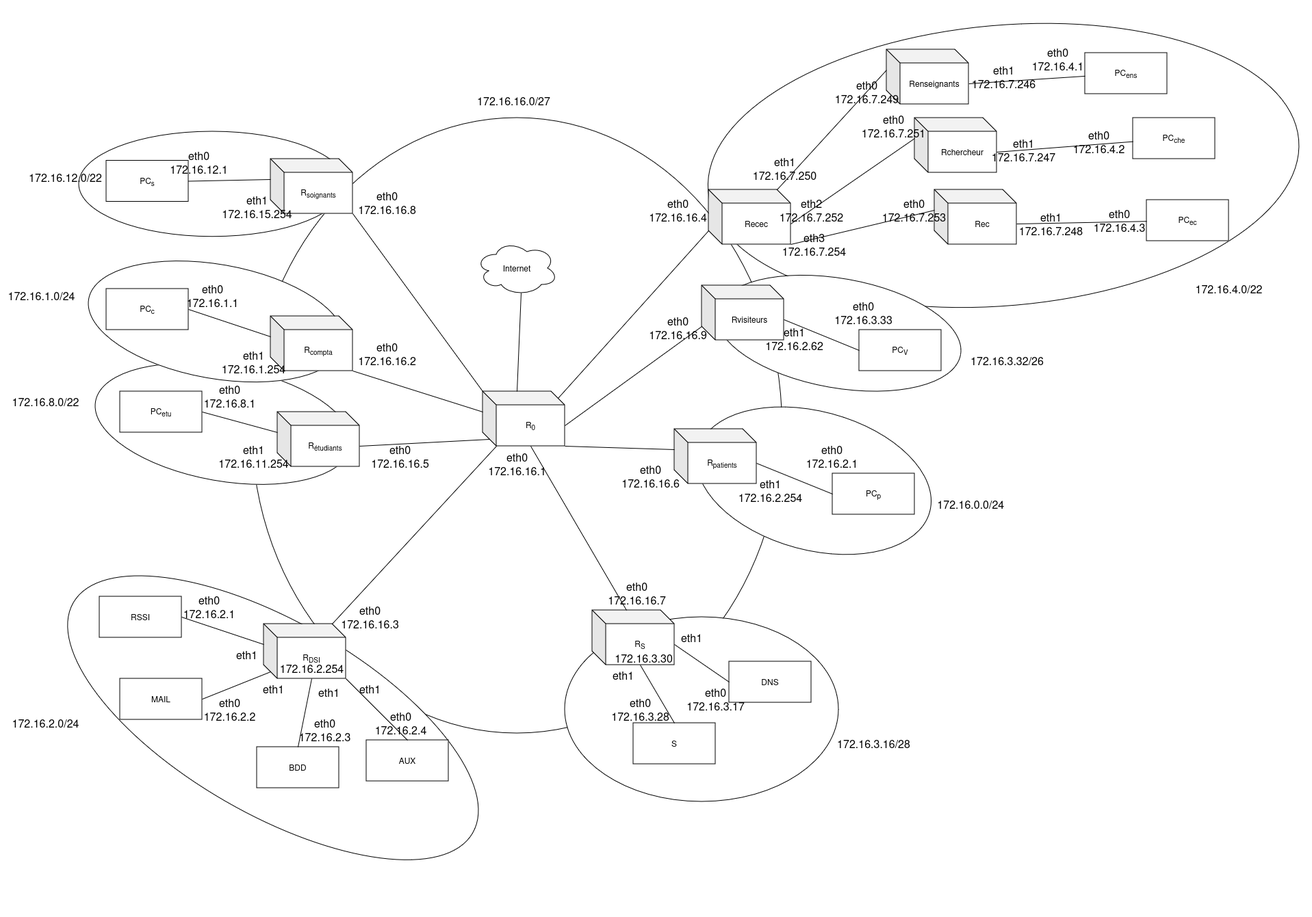
Before: ressources/diagramme_de_reseau.drawio(1).png, a diagram exported from draw.io (mperrot36/SAE_3.01_B). Source tidied: cells renumbered, new cells last; positions are measured from the earlier drawing's top-left corner, leaving out a move shared by most shapes.
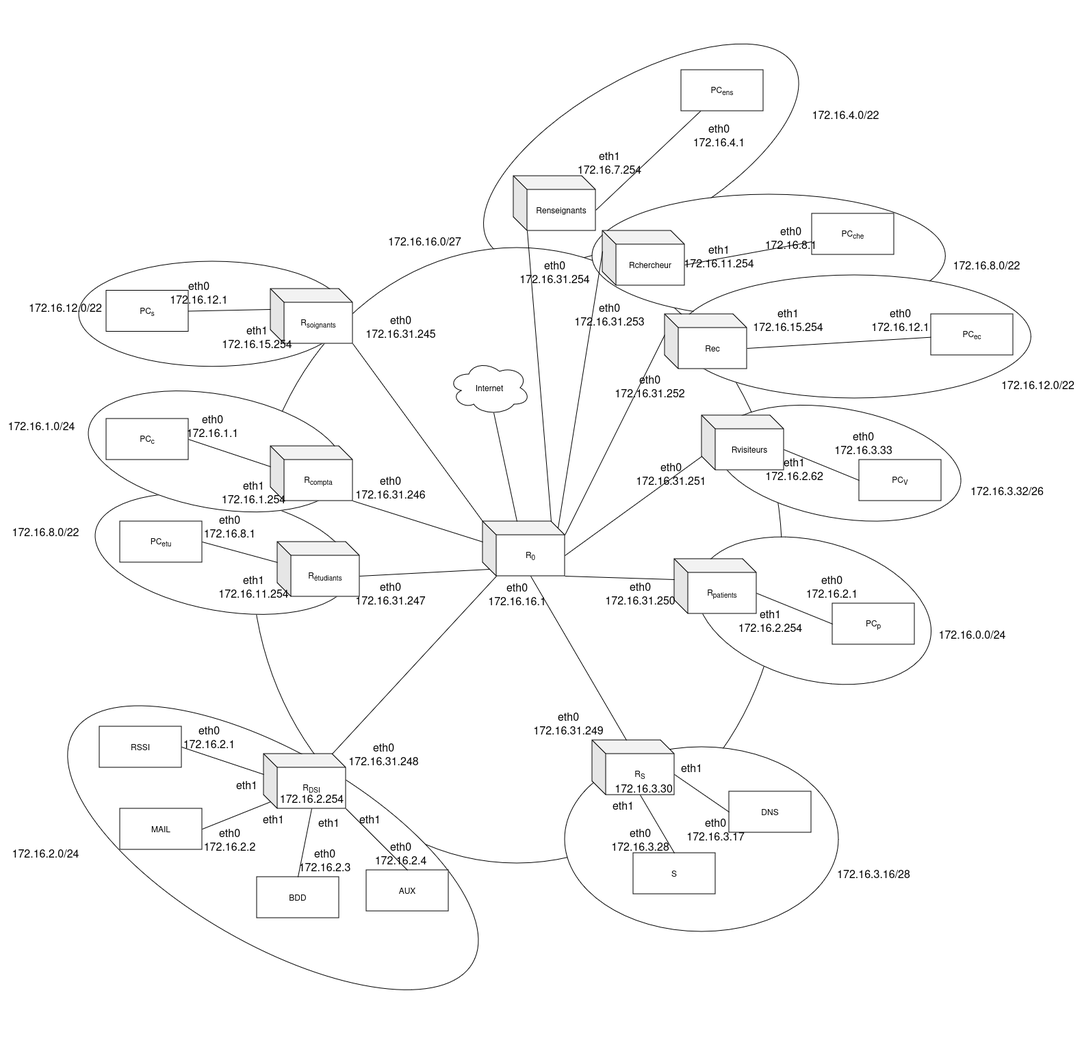
Later version of the same file.

Diff of the diagram source:
```diff
@@ -4,2 +4,5 @@
     <mxCell id="1" parent="0" />
+    <mxCell id="118" style="ellipse;whiteSpace=wrap;html=1;rotation=-30;" parent="1" vertex="1">
+      <mxGeometry x="678.7" y="-112.3" width="516.3" height="220" as="geometry" />
+    </mxCell>
     <mxCell id="2" style="ellipse;whiteSpace=wrap;html=1;" parent="1" vertex="1">
@@ -7,2 +10,8 @@
     </mxCell>
+    <mxCell id="119" style="ellipse;whiteSpace=wrap;html=1;rotation=0;" parent="1" vertex="1">
+      <mxGeometry x="865" y="56.9" width="516.3" height="180" as="geometry" />
+    </mxCell>
+    <mxCell id="120" style="ellipse;whiteSpace=wrap;html=1;rotation=0;" parent="1" vertex="1">
+      <mxGeometry x="990" y="175" width="516.3" height="180" as="geometry" />
+    </mxCell>
     <mxCell id="3" style="ellipse;whiteSpace=wrap;html=1;" parent="1" vertex="1">
@@ -22,5 +31,2 @@
     </mxCell>
-    <mxCell id="8" style="ellipse;whiteSpace=wrap;html=1;rotation=-5;" parent="1" vertex="1">
-      <mxGeometry x="1033.2" y="-0.1" width="866" height="410.1" as="geometry" />
-    </mxCell>
     <mxCell id="9" style="ellipse;whiteSpace=wrap;html=1;rotation=10;" parent="1" vertex="1">
@@ -35,3 +41,3 @@
     <mxCell id="12" value="Internet" style="ellipse;shape=cloud;whiteSpace=wrap;html=1;" parent="1" vertex="1">
-      <mxGeometry x="695" y="315" width="120" height="80" as="geometry" />
+      <mxGeometry x="655" y="300" width="120" height="80" as="geometry" />
     </mxCell>
@@ -112,9 +118,3 @@
     </mxCell>
-    <mxCell id="38" value="Recec" style="shape=cube;whiteSpace=wrap;html=1;boundedLbl=1;backgroundOutline=1;darkOpacity=0.05;darkOpacity2=0.1;" parent="1" vertex="1">
-      <mxGeometry x="1035" y="240" width="120" height="80" as="geometry" />
-    </mxCell>
-    <mxCell id="39" style="endArrow=none;html=1;rounded=0;exitX=0;exitY=0;exitDx=0;exitDy=60;exitPerimeter=0;entryX=0;entryY=0;entryDx=110;entryDy=10;entryPerimeter=0;" parent="1" edge="1" source="38" target="11">
-      <mxGeometry relative="1" as="geometry" />
-    </mxCell>
-    <mxCell id="40" style="endArrow=none;html=1;rounded=0;entryX=0;entryY=0;entryDx=0;entryDy=30;exitX=0;exitY=0;exitDx=100;exitDy=0;exitPerimeter=0;entryPerimeter=0;" parent="1" edge="1" source="38" target="99">
+    <mxCell id="40" style="endArrow=none;html=1;rounded=0;entryX=0;entryY=0;entryDx=20;entryDy=80;exitX=0;exitY=0;exitDx=100;exitDy=0;exitPerimeter=0;entryPerimeter=0;" parent="1" edge="1" source="11" target="99">
       <mxGeometry relative="1" as="geometry" />
@@ -157,4 +157,4 @@
     </mxCell>
-    <mxCell id="53" value="172.16.0.0/24&amp;nbsp;" style="text;html=1;align=center;verticalAlign=middle;strokeColor=none;fillColor=none;fontSize=16;" parent="1" vertex="1">
-      <mxGeometry x="1355" y="685" width="130" height="30" as="geometry" />
+    <mxCell id="53" value="172.16.0.0/24" style="text;html=1;align=center;verticalAlign=middle;strokeColor=none;fillColor=none;fontSize=16;" parent="1" vertex="1">
+      <mxGeometry x="1360" y="685" width="120" height="30" as="geometry" />
     </mxCell>
@@ -163,5 +163,2 @@
     </mxCell>
-    <mxCell id="55" value="172.16.4.0/22" style="text;html=1;align=center;verticalAlign=middle;strokeColor=none;fillColor=none;fontSize=16;" parent="1" vertex="1">
-      <mxGeometry x="1735" y="370" width="120" height="30" as="geometry" />
-    </mxCell>
     <mxCell id="56" value="172.16.12.0/22" style="text;html=1;align=center;verticalAlign=middle;strokeColor=none;fillColor=none;fontSize=16;" parent="1" vertex="1">
@@ -181,26 +178,2 @@
     </mxCell>
-    <mxCell id="61" value="eth0&lt;br&gt;&lt;div&gt;172.16.16.7&lt;/div&gt;" style="text;html=1;align=center;verticalAlign=middle;strokeColor=none;fillColor=none;fontSize=16;" parent="1" vertex="1">
-      <mxGeometry x="875" y="805" width="110" height="50" as="geometry" />
-    </mxCell>
-    <mxCell id="62" value="eth0&lt;br&gt;172.16.16.6" style="text;html=1;align=center;verticalAlign=middle;strokeColor=none;fillColor=none;fontSize=16;" parent="1" vertex="1">
-      <mxGeometry x="895" y="633.8" width="110" height="50" as="geometry" />
-    </mxCell>
-    <mxCell id="63" value="eth0&lt;br&gt;&lt;div&gt;172.16.16.9&lt;/div&gt;" style="text;html=1;align=center;verticalAlign=middle;strokeColor=none;fillColor=none;fontSize=16;" parent="1" vertex="1">
-      <mxGeometry x="935" y="416.7" width="110" height="50" as="geometry" />
-    </mxCell>
-    <mxCell id="64" value="&lt;div&gt;eth0&lt;/div&gt;172.16.16.4" style="text;html=1;align=center;verticalAlign=middle;strokeColor=none;fillColor=none;fontSize=16;" parent="1" vertex="1">
-      <mxGeometry x="935" y="245" width="110" height="50" as="geometry" />
-    </mxCell>
-    <mxCell id="65" value="eth0&lt;br&gt;&lt;div&gt;172.16.16.8&lt;/div&gt;" style="text;html=1;align=center;verticalAlign=middle;strokeColor=none;fillColor=none;fontSize=16;" parent="1" vertex="1">
-      <mxGeometry x="510" y="233.5" width="110" height="50" as="geometry" />
-    </mxCell>
-    <mxCell id="66" value="&lt;div&gt;eth0&lt;/div&gt;172.16.16.5" style="text;html=1;align=center;verticalAlign=middle;strokeColor=none;fillColor=none;fontSize=16;" parent="1" vertex="1">
-      <mxGeometry x="528.9" y="605" width="110" height="50" as="geometry" />
-    </mxCell>
-    <mxCell id="67" value="&lt;div&gt;eth0&lt;/div&gt;&lt;div&gt;172.16.16.3&lt;/div&gt;" style="text;html=1;align=center;verticalAlign=middle;strokeColor=none;fillColor=none;fontSize=16;" parent="1" vertex="1">
-      <mxGeometry x="485.3" y="840" width="110" height="50" as="geometry" />
-    </mxCell>
-    <mxCell id="68" value="&lt;div&gt;eth0&lt;/div&gt;&lt;div&gt;172.16.16.2&lt;/div&gt;" style="text;html=1;align=center;verticalAlign=middle;strokeColor=none;fillColor=none;fontSize=16;" parent="1" vertex="1">
-      <mxGeometry x="510" y="455" width="110" height="50" as="geometry" />
-    </mxCell>
     <mxCell id="69" value="&lt;div&gt;eth0&lt;/div&gt;&lt;div&gt;172.16.2.4&lt;/div&gt;" style="text;html=1;align=center;verticalAlign=middle;strokeColor=none;fillColor=none;fontSize=16;" parent="1" vertex="1">
@@ -235,5 +208,2 @@
     </mxCell>
-    <mxCell id="79" value="eth1&lt;br&gt;&lt;div&gt;172.16.7.250&lt;/div&gt;" style="text;html=1;align=center;verticalAlign=middle;strokeColor=none;fillColor=none;fontSize=16;" parent="1" vertex="1">
-      <mxGeometry x="1086" y="183.5" width="120" height="50" as="geometry" />
-    </mxCell>
     <mxCell id="80" value="eth0&lt;br&gt;172.16.3.33" style="text;html=1;align=center;verticalAlign=middle;strokeColor=none;fillColor=none;fontSize=16;" parent="1" vertex="1">
@@ -281,3 +251,3 @@
     <mxCell id="94" value="172.16.16.0/27" style="text;html=1;align=center;verticalAlign=middle;strokeColor=none;fillColor=none;fontSize=16;" parent="1" vertex="1">
-      <mxGeometry x="685" y="95" width="130" height="30" as="geometry" />
+      <mxGeometry x="555" y="110" width="130" height="30" as="geometry" />
     </mxCell>
@@ -287,6 +257,6 @@
     <mxCell id="96" value="PC&lt;sub&gt;ens&lt;/sub&gt;" style="rounded=0;whiteSpace=wrap;html=1;" parent="1" vertex="1">
-      <mxGeometry x="1585" y="40" width="120" height="60" as="geometry" />
+      <mxGeometry x="995" y="-125" width="120" height="60" as="geometry" />
     </mxCell>
-    <mxCell id="97" value="eth0&lt;br&gt;172.16.4.1" style="text;html=1;align=center;verticalAlign=middle;strokeColor=none;fillColor=none;fontSize=16;" parent="1" vertex="1">
-      <mxGeometry x="1495" y="23.5" width="100" height="50" as="geometry" />
+    <mxCell id="97" value="&lt;div&gt;eth0&lt;/div&gt;&lt;div&gt;172.16.4.1&lt;/div&gt;" style="text;html=1;align=center;verticalAlign=middle;strokeColor=none;fillColor=none;fontSize=16;" parent="1" vertex="1">
+      <mxGeometry x="1000" y="-55" width="100" height="50" as="geometry" />
     </mxCell>
@@ -296,33 +266,18 @@
     <mxCell id="99" value="Renseignants" style="shape=cube;whiteSpace=wrap;html=1;boundedLbl=1;backgroundOutline=1;darkOpacity=0.05;darkOpacity2=0.1;" parent="1" vertex="1">
-      <mxGeometry x="1295" y="35" width="120" height="80" as="geometry" />
+      <mxGeometry x="750" y="30" width="120" height="80" as="geometry" />
     </mxCell>
     <mxCell id="100" value="Rchercheur" style="shape=cube;whiteSpace=wrap;html=1;boundedLbl=1;backgroundOutline=1;darkOpacity=0.05;darkOpacity2=0.1;" parent="1" vertex="1">
-      <mxGeometry x="1336" y="135" width="120" height="80" as="geometry" />
+      <mxGeometry x="880" y="110" width="120" height="80" as="geometry" />
     </mxCell>
-    <mxCell id="101" value="&lt;div&gt;Rec&lt;/div&gt;" style="shape=cube;whiteSpace=wrap;html=1;boundedLbl=1;backgroundOutline=1;darkOpacity=0.05;darkOpacity2=0.1;" parent="1" vertex="1">
-      <mxGeometry x="1365" y="240" width="120" height="80" as="geometry" />
-    </mxCell>
-    <mxCell id="102" style="endArrow=none;html=1;rounded=0;entryX=0;entryY=0;entryDx=0;entryDy=30;exitX=0;exitY=0;exitDx=120;exitDy=50;exitPerimeter=0;entryPerimeter=0;" parent="1" edge="1" source="38" target="100">
+    <mxCell id="102" style="endArrow=none;html=1;rounded=0;entryX=0;entryY=0;entryDx=0;entryDy=30;exitX=0;exitY=0;exitDx=110;exitDy=10;exitPerimeter=0;entryPerimeter=0;" parent="1" edge="1" source="11" target="100">
       <mxGeometry relative="1" as="geometry" />
     </mxCell>
-    <mxCell id="103" style="endArrow=none;html=1;rounded=0;entryX=0;entryY=0;entryDx=0;entryDy=30;exitX=1;exitY=1;exitDx=0;exitDy=0;exitPerimeter=0;entryPerimeter=0;" parent="1" edge="1" source="38" target="101">
+    <mxCell id="103" style="endArrow=none;html=1;rounded=0;entryX=0;entryY=0;entryDx=0;entryDy=30;exitX=0;exitY=0;exitDx=120;exitDy=20;exitPerimeter=0;entryPerimeter=0;" parent="1" edge="1" source="11" target="101">
       <mxGeometry relative="1" as="geometry" />
     </mxCell>
-    <mxCell id="104" value="eth2&lt;br&gt;172.16.7.252" style="text;html=1;align=center;verticalAlign=middle;strokeColor=none;fillColor=none;fontSize=16;" parent="1" vertex="1">
-      <mxGeometry x="1125" y="245" width="120" height="50" as="geometry" />
-    </mxCell>
-    <mxCell id="105" value="eth3&lt;br&gt;172.16.7.254" style="text;html=1;align=center;verticalAlign=middle;strokeColor=none;fillColor=none;fontSize=16;" parent="1" vertex="1">
-      <mxGeometry x="1129.3" y="295" width="120" height="50" as="geometry" />
-    </mxCell>
-    <mxCell id="106" value="eth0&lt;br&gt;&lt;div&gt;172.16.7.253&lt;/div&gt;" style="text;html=1;align=center;verticalAlign=middle;strokeColor=none;fillColor=none;fontSize=16;" parent="1" vertex="1">
-      <mxGeometry x="1275" y="245" width="120" height="50" as="geometry" />
-    </mxCell>
-    <mxCell id="107" value="eth0&lt;br&gt;&lt;div&gt;172.16.7.251&lt;/div&gt;" style="text;html=1;align=center;verticalAlign=middle;strokeColor=none;fillColor=none;fontSize=16;" parent="1" vertex="1">
-      <mxGeometry x="1244.5" y="122.4" width="120" height="50" as="geometry" />
-    </mxCell>
-    <mxCell id="108" value="&lt;div&gt;eth0&lt;/div&gt;&lt;div&gt;172.16.7.249&lt;/div&gt;" style="text;html=1;align=center;verticalAlign=middle;strokeColor=none;fillColor=none;fontSize=16;" parent="1" vertex="1">
-      <mxGeometry x="1206" y="72.4" width="120" height="50" as="geometry" />
+    <mxCell id="108" value="&lt;div&gt;eth0&lt;/div&gt;&lt;div&gt;172.16.31.254&lt;br&gt;&lt;/div&gt;" style="text;html=1;align=center;verticalAlign=middle;strokeColor=none;fillColor=none;fontSize=16;" parent="1" vertex="1">
+      <mxGeometry x="745" y="145" width="130" height="50" as="geometry" />
     </mxCell>
     <mxCell id="109" value="PC&lt;sub&gt;che&lt;/sub&gt;" style="rounded=0;whiteSpace=wrap;html=1;" parent="1" vertex="1">
-      <mxGeometry x="1655" y="135" width="120" height="60" as="geometry" />
+      <mxGeometry x="1186" y="85" width="120" height="60" as="geometry" />
     </mxCell>
@@ -331,5 +286,2 @@
     </mxCell>
-    <mxCell id="111" value="PC&lt;sub&gt;ec&lt;/sub&gt;" style="rounded=0;whiteSpace=wrap;html=1;" parent="1" vertex="1">
-      <mxGeometry x="1675" y="255" width="120" height="60" as="geometry" />
-    </mxCell>
     <mxCell id="112" style="rounded=0;jettySize=auto;html=1;exitX=0;exitY=0;exitDx=120;exitDy=50;exitPerimeter=0;endArrow=none;endFill=0;" parent="1" edge="1" source="101" target="111">
@@ -337,17 +289,59 @@
     </mxCell>
-    <mxCell id="113" value="eth0&lt;br&gt;172.16.4.2" style="text;html=1;align=center;verticalAlign=middle;strokeColor=none;fillColor=none;fontSize=16;" parent="1" vertex="1">
-      <mxGeometry x="1555" y="145" width="100" height="50" as="geometry" />
+    <mxCell id="113" value="eth0&lt;br&gt;172.16.8.1 " style="text;html=1;align=center;verticalAlign=middle;strokeColor=none;fillColor=none;fontSize=16;" parent="1" vertex="1">
+      <mxGeometry x="1105" y="95" width="100" height="50" as="geometry" />
     </mxCell>
+    <mxCell id="116" value="eth1&lt;br&gt;&lt;div&gt;172.16.11.254&lt;br&gt;&lt;/div&gt;" style="text;html=1;align=center;verticalAlign=middle;strokeColor=none;fillColor=none;fontSize=16;" parent="1" vertex="1">
+      <mxGeometry x="985" y="121.9" width="130" height="50" as="geometry" />
+    </mxCell>
+    <mxCell id="117" value="eth1&lt;br&gt;&lt;div&gt;172.16.7.254&lt;br&gt;&lt;/div&gt;" style="text;html=1;align=center;verticalAlign=middle;strokeColor=none;fillColor=none;fontSize=16;" parent="1" vertex="1">
+      <mxGeometry x="830" y="-15" width="120" height="50" as="geometry" />
+    </mxCell>
+    <mxCell id="55" value="172.16.4.0/22" style="text;html=1;align=center;verticalAlign=middle;strokeColor=none;fillColor=none;fontSize=16;" parent="1" vertex="1">
+      <mxGeometry x="1175" y="-75" width="120" height="30" as="geometry" />
+    </mxCell>
+    <mxCell id="121" value="172.16.8.0/22" style="text;html=1;align=center;verticalAlign=middle;strokeColor=none;fillColor=none;fontSize=16;" parent="1" vertex="1">
+      <mxGeometry x="1381.3" y="145" width="120" height="30" as="geometry" />
+    </mxCell>
+    <mxCell id="101" value="&lt;div&gt;Rec&lt;/div&gt;" style="shape=cube;whiteSpace=wrap;html=1;boundedLbl=1;backgroundOutline=1;darkOpacity=0.05;darkOpacity2=0.1;" parent="1" vertex="1">
+      <mxGeometry x="971" y="232" width="120" height="80" as="geometry" />
+    </mxCell>
+    <mxCell id="106" value="172.16.12.0/22" style="text;html=1;align=center;verticalAlign=middle;strokeColor=none;fillColor=none;fontSize=16;" parent="1" vertex="1">
+      <mxGeometry x="1451" y="320.1" width="130" height="30" as="geometry" />
+    </mxCell>
+    <mxCell id="111" value="PC&lt;sub&gt;ec&lt;/sub&gt;" style="rounded=0;whiteSpace=wrap;html=1;" parent="1" vertex="1">
+      <mxGeometry x="1360" y="232" width="120" height="60" as="geometry" />
+    </mxCell>
-    <mxCell id="114" value="eth0&lt;br&gt;&lt;div&gt;172.16.4.3&lt;/div&gt;" style="text;html=1;align=center;verticalAlign=middle;strokeColor=none;fillColor=none;fontSize=16;" parent="1" vertex="1">
-      <mxGeometry x="1585" y="260" width="100" height="50" as="geometry" />
+    <mxCell id="114" value="eth0&lt;br&gt;&lt;div&gt;172.16.12.1&lt;/div&gt;" style="text;html=1;align=center;verticalAlign=middle;strokeColor=none;fillColor=none;fontSize=16;" parent="1" vertex="1">
+      <mxGeometry x="1260" y="215" width="110" height="50" as="geometry" />
     </mxCell>
-    <mxCell id="115" value="eth1&lt;br&gt;&lt;div&gt;172.16.7.248&lt;/div&gt;" style="text;html=1;align=center;verticalAlign=middle;strokeColor=none;fillColor=none;fontSize=16;" parent="1" vertex="1">
-      <mxGeometry x="1475" y="265" width="120" height="50" as="geometry" />
+    <mxCell id="115" value="eth1&lt;br&gt;&lt;div&gt;172.16.15.254&lt;br&gt;&lt;/div&gt;" style="text;html=1;align=center;verticalAlign=middle;strokeColor=none;fillColor=none;fontSize=16;" parent="1" vertex="1">
+      <mxGeometry x="1086" y="215" width="130" height="50" as="geometry" />
     </mxCell>
-    <mxCell id="116" value="eth1&lt;br&gt;&lt;div&gt;172.16.7.247&lt;/div&gt;" style="text;html=1;align=center;verticalAlign=middle;strokeColor=none;fillColor=none;fontSize=16;" parent="1" vertex="1">
-      <mxGeometry x="1435" y="156.9" width="120" height="50" as="geometry" />
-    </mxCell>
-    <mxCell id="117" value="eth1&lt;br&gt;&lt;div&gt;172.16.7.246&lt;/div&gt;" style="text;html=1;align=center;verticalAlign=middle;strokeColor=none;fillColor=none;fontSize=16;" parent="1" vertex="1">
-      <mxGeometry x="1406.2" y="50" width="120" height="50" as="geometry" />
-    </mxCell>
+    <mxCell id="122" value="&lt;div&gt;eth0&lt;/div&gt;&lt;div&gt;172.16.31.253&lt;/div&gt;" style="text;html=1;align=center;verticalAlign=middle;strokeColor=none;fillColor=none;fontSize=16;" parent="1" vertex="1">
+      <mxGeometry x="825" y="206.9" width="130" height="50" as="geometry" />
+    </mxCell>
+    <mxCell id="123" value="&lt;div&gt;eth0&lt;/div&gt;&lt;div&gt;172.16.31.252&lt;/div&gt;" style="text;html=1;align=center;verticalAlign=middle;strokeColor=none;fillColor=none;fontSize=16;" parent="1" vertex="1">
+      <mxGeometry x="884" y="312" width="130" height="50" as="geometry" />
+    </mxCell>
+    <mxCell id="124" value="&lt;div&gt;eth0&lt;/div&gt;&lt;div&gt;172.16.31.251&lt;/div&gt;" style="text;html=1;align=center;verticalAlign=middle;strokeColor=none;fillColor=none;fontSize=16;" parent="1" vertex="1">
+      <mxGeometry x="914.5" y="440" width="130" height="50" as="geometry" />
+    </mxCell>
+    <mxCell id="125" value="&lt;div&gt;eth0&lt;/div&gt;&lt;div&gt;172.16.31.250&lt;/div&gt;" style="text;html=1;align=center;verticalAlign=middle;strokeColor=none;fillColor=none;fontSize=16;" parent="1" vertex="1">
+      <mxGeometry x="870" y="615" width="130" height="50" as="geometry" />
+    </mxCell>
+    <mxCell id="126" value="&lt;div&gt;eth0&lt;/div&gt;&lt;div&gt;172.16.31.249&lt;/div&gt;" style="text;html=1;align=center;verticalAlign=middle;strokeColor=none;fillColor=none;fontSize=16;" parent="1" vertex="1">
+      <mxGeometry x="765" y="805" width="130" height="50" as="geometry" />
+    </mxCell>
+    <mxCell id="127" value="&lt;div&gt;eth0&lt;/div&gt;&lt;div&gt;172.16.31.248&lt;/div&gt;" style="text;html=1;align=center;verticalAlign=middle;strokeColor=none;fillColor=none;fontSize=16;" parent="1" vertex="1">
+      <mxGeometry x="495" y="850" width="130" height="50" as="geometry" />
+    </mxCell>
+    <mxCell id="128" value="&lt;div&gt;eth0&lt;/div&gt;&lt;div&gt;172.16.31.247&lt;/div&gt;" style="text;html=1;align=center;verticalAlign=middle;strokeColor=none;fillColor=none;fontSize=16;" parent="1" vertex="1">
+      <mxGeometry x="505.3" y="615" width="130" height="50" as="geometry" />
+    </mxCell>
+    <mxCell id="129" value="&lt;div&gt;eth0&lt;/div&gt;&lt;div&gt;172.16.31.246&lt;/div&gt;" style="text;html=1;align=center;verticalAlign=middle;strokeColor=none;fillColor=none;fontSize=16;" parent="1" vertex="1">
+      <mxGeometry x="505.3" y="460" width="130" height="50" as="geometry" />
+    </mxCell>
+    <mxCell id="130" value="&lt;div&gt;eth0&lt;/div&gt;&lt;div&gt;172.16.31.245&lt;/div&gt;" style="text;html=1;align=center;verticalAlign=middle;strokeColor=none;fillColor=none;fontSize=16;" parent="1" vertex="1">
+      <mxGeometry x="520" y="225" width="130" height="50" as="geometry" />
+    </mxCell>
   </root>
```
